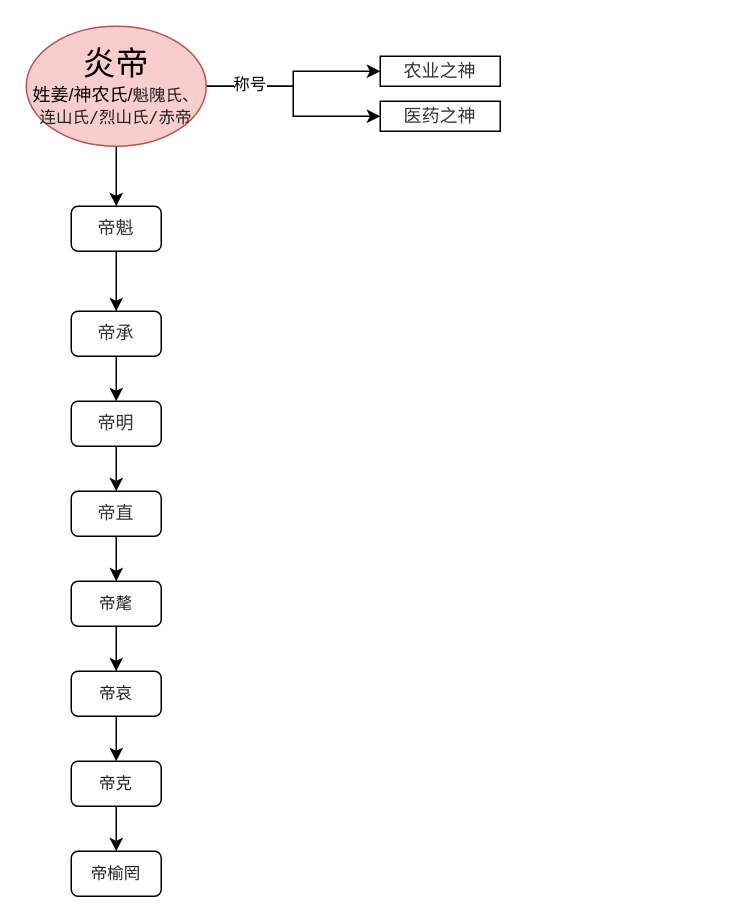
littlebeer/drawio keeps this draw.io diagram as page "炎帝" (3 of 4) of 黄帝.drawio. Above is the earlier version. Source tidied: cells renumbered, new cells numbered last; positions are measured from the earlier drawing's top-left corner, leaving out a move shared by most shapes. Both pictures are drawn from the tidied source at 150%, with x=0, y=0 at pixel (26, 26).
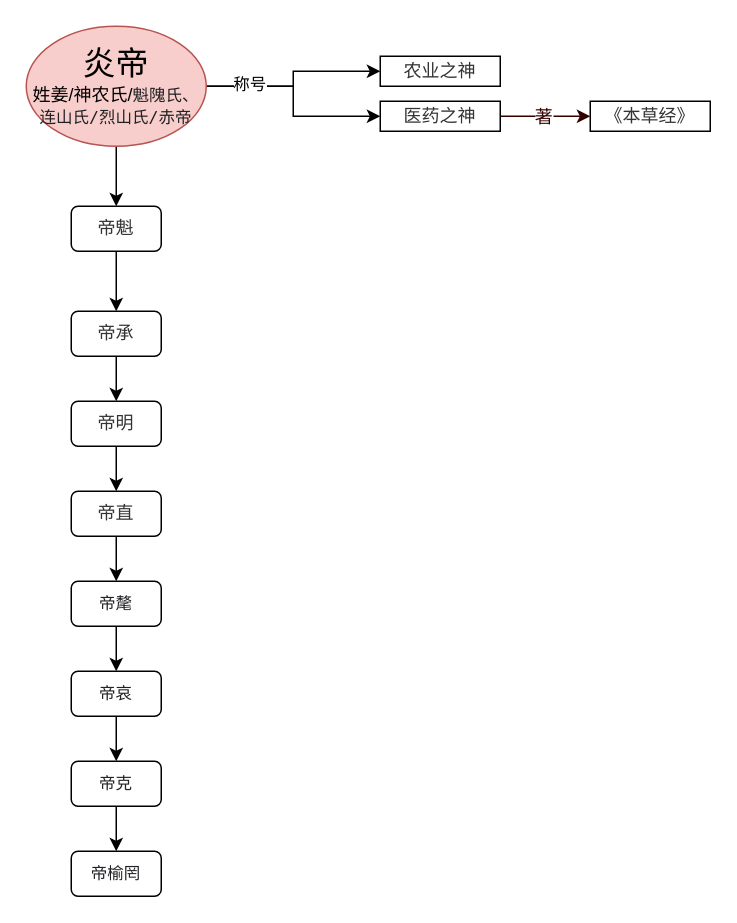
After the change.

Unchanged cells that the change refers to:
```xml
<mxCell id="22" value="&lt;span style=&quot;color: rgb(51, 51, 51); font-family: &amp;quot;PingFang SC&amp;quot;, &amp;quot;Lantinghei SC&amp;quot;, &amp;quot;Microsoft YaHei&amp;quot;, arial, 宋体, sans-serif, tahoma; font-size: 12px; text-align: start; background-color: rgb(255, 255, 255);&quot;&gt;医药之神&lt;/span&gt;" style="rounded=0;whiteSpace=wrap;html=1;fontSize=11;" parent="1" vertex="1">
  <mxGeometry x="236" y="50" width="80" height="20" as="geometry" />
</mxCell>
```

Change to the diagram source:
```diff
@@
+    <mxCell id="24" style="edgeStyle=orthogonalEdgeStyle;curved=1;rounded=0;jettySize=auto;html=1;fontSize=12;fontColor=#330000;strokeColor=#330000;strokeWidth=1;" parent="1" edge="1" source="22" target="26">
+      <mxGeometry relative="1" as="geometry" />
+    </mxCell>
+    <mxCell id="25" value="著" style="edgeLabel;html=1;align=center;verticalAlign=middle;fontSize=12;fontColor=#330000;" parent="24" vertex="1">
+      <mxGeometry x="-0.07" relative="1" as="geometry" />
+    </mxCell>
@@
+    <mxCell id="26" value="&lt;span style=&quot;color: rgb(51, 51, 51); font-family: &amp;quot;PingFang SC&amp;quot;, &amp;quot;Lantinghei SC&amp;quot;, &amp;quot;Microsoft YaHei&amp;quot;, arial, 宋体, sans-serif, tahoma; font-size: 12px; text-align: start; background-color: rgb(255, 255, 255);&quot;&gt;《本草经》&lt;/span&gt;" style="rounded=0;whiteSpace=wrap;html=1;fontSize=11;" parent="1" vertex="1">
+      <mxGeometry x="376" y="50" width="80" height="20" as="geometry" />
+    </mxCell>
```
